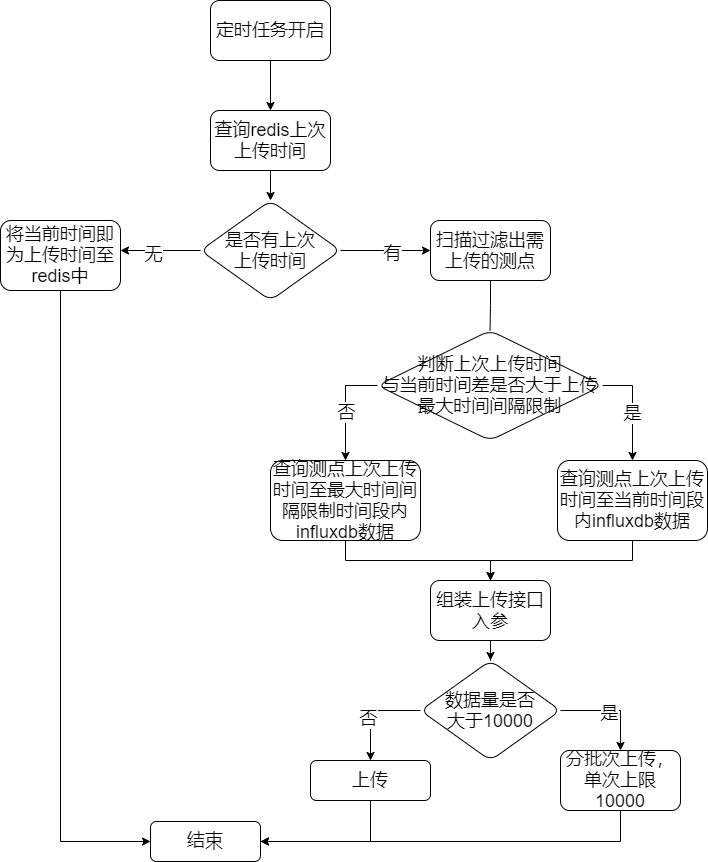
This is Untitled Diagram.png from tianxie110/tianxie, a draw.io export, as it was before one commit. Source tidied: cells renumbered, new cells last; positions are measured from the earlier drawing's top-left corner, leaving out a move shared by most shapes.
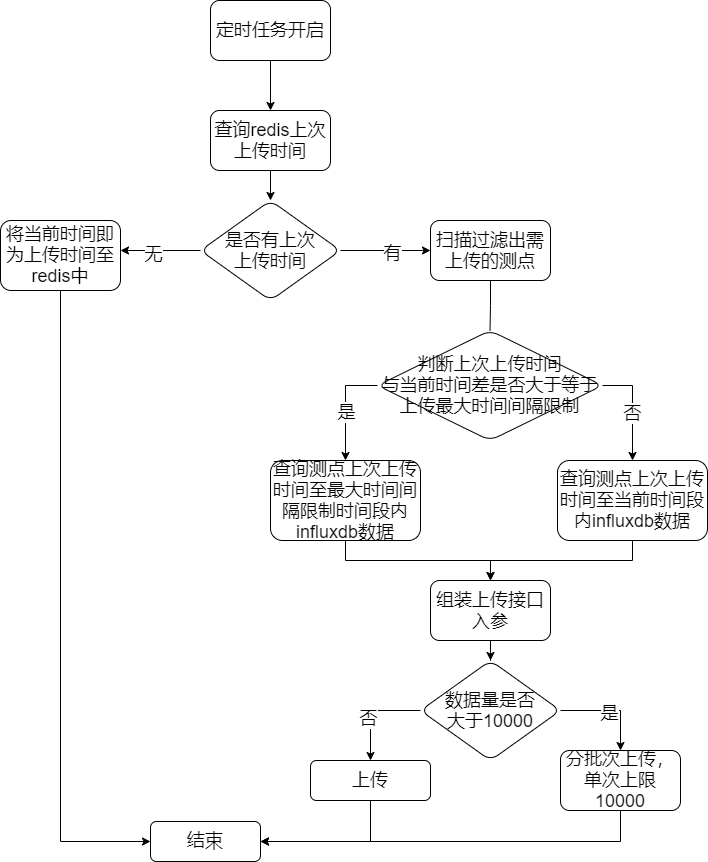
Later version of the same file.

What changed in the source:
```diff
@@ -50,7 +50,7 @@
     <mxCell id="13" style="edgeStyle=orthogonalEdgeStyle;rounded=0;jettySize=auto;html=1;startArrow=none;exitX=0;exitY=0.5;exitDx=0;exitDy=0;" parent="1" edge="1" source="32" target="18">
       <mxGeometry relative="1" as="geometry" />
     </mxCell>
-    <mxCell id="14" value="&lt;font style=&quot;font-size: 18px&quot;&gt;否&lt;/font&gt;" style="edgeLabel;html=1;align=center;verticalAlign=middle;" parent="13" vertex="1">
+    <mxCell id="14" value="&lt;span style=&quot;font-size: 18px&quot;&gt;是&lt;/span&gt;" style="edgeLabel;html=1;align=center;verticalAlign=middle;" parent="13" vertex="1">
       <mxGeometry x="0.08" y="3" relative="1" as="geometry">
         <mxPoint x="-3" as="offset" />
       </mxGeometry>
@@ -103,10 +103,10 @@
     <mxCell id="30" style="edgeStyle=orthogonalEdgeStyle;rounded=0;jettySize=auto;html=1;exitX=1;exitY=0.5;exitDx=0;exitDy=0;" parent="1" edge="1" source="32" target="35">
       <mxGeometry relative="1" as="geometry" />
     </mxCell>
-    <mxCell id="31" value="&lt;font style=&quot;font-size: 18px&quot;&gt;是&lt;/font&gt;" style="edgeLabel;html=1;align=center;verticalAlign=middle;" parent="30" vertex="1">
+    <mxCell id="31" value="&lt;font style=&quot;font-size: 18px&quot;&gt;否&lt;/font&gt;" style="edgeLabel;html=1;align=center;verticalAlign=middle;" parent="30" vertex="1">
       <mxGeometry x="0.09" y="-1" relative="1" as="geometry" />
     </mxCell>
-    <mxCell id="32" value="&lt;span style=&quot;font-size: 18px&quot;&gt;判断上次上传时间&lt;br&gt;与当前时间差是否大于上传最大时间间隔限制&lt;/span&gt;" style="rhombus;whiteSpace=wrap;html=1;rounded=1;" parent="1" vertex="1">
+    <mxCell id="32" value="&lt;span style=&quot;font-size: 18px&quot;&gt;判断上次上传时间&lt;br&gt;与当前时间差是否大于等于上传最大时间间隔限制&lt;/span&gt;" style="rhombus;whiteSpace=wrap;html=1;rounded=1;" parent="1" vertex="1">
       <mxGeometry x="377" y="330" width="225" height="110" as="geometry" />
     </mxCell>
     <mxCell id="33" style="edgeStyle=orthogonalEdgeStyle;rounded=0;jettySize=auto;html=1;endArrow=none;" parent="1" edge="1" source="15" target="32">
```
